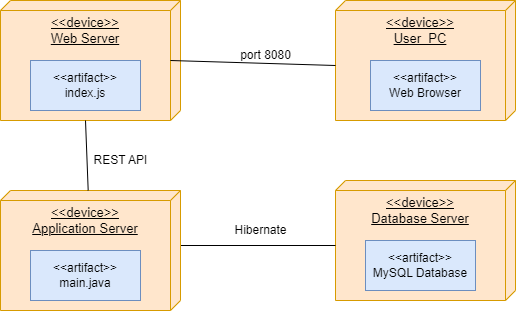
Before: Diagrams/deployment_diagram.png, a diagram exported from draw.io (JakabSarolta/Software-Design-Assignment). Source tidied: cells renumbered, new cells last; positions are measured from the earlier drawing's top-left corner, leaving out a move shared by most shapes. Its diagram source:
```xml
<mxGraphModel>
  <root>
    <mxCell id="0" />
    <mxCell id="1" parent="0" />
    <mxCell id="2" value="&lt;font style=&quot;font-size: 13px;&quot;&gt;&amp;lt;&amp;lt;device&amp;gt;&amp;gt;&lt;br&gt;Web Server&lt;/font&gt;" style="verticalAlign=top;align=center;spacingTop=8;spacingLeft=2;spacingRight=12;shape=cube;size=10;direction=south;fontStyle=4;html=1;whiteSpace=wrap;fillColor=#ffe6cc;strokeColor=#d79b00;" parent="1" vertex="1">
      <mxGeometry width="180" height="120" as="geometry" />
    </mxCell>
    <mxCell id="3" value="&lt;div style=&quot;font-size: 13px;&quot;&gt;&lt;span style=&quot;background-color: initial;&quot;&gt;&lt;font style=&quot;font-size: 13px;&quot;&gt;&amp;lt;&amp;lt;device&amp;gt;&amp;gt;&lt;/font&gt;&lt;/span&gt;&lt;/div&gt;&lt;div style=&quot;font-size: 13px;&quot;&gt;&lt;span style=&quot;background-color: initial;&quot;&gt;&lt;font style=&quot;font-size: 13px;&quot;&gt;Database Server&lt;/font&gt;&lt;/span&gt;&lt;/div&gt;" style="verticalAlign=top;align=center;spacingTop=8;spacingLeft=2;spacingRight=12;shape=cube;size=10;direction=south;fontStyle=4;html=1;whiteSpace=wrap;fillColor=#ffe6cc;strokeColor=#d79b00;" parent="1" vertex="1">
      <mxGeometry x="335" y="180" width="180" height="120" as="geometry" />
    </mxCell>
    <mxCell id="4" value="&lt;font style=&quot;font-size: 13px;&quot;&gt;&amp;lt;&amp;lt;device&amp;gt;&amp;gt;&lt;br&gt;User&amp;nbsp; PC&lt;/font&gt;" style="verticalAlign=top;align=center;spacingTop=8;spacingLeft=2;spacingRight=12;shape=cube;size=10;direction=south;fontStyle=4;html=1;whiteSpace=wrap;fillColor=#ffe6cc;strokeColor=#d79b00;" parent="1" vertex="1">
      <mxGeometry x="335" width="180" height="120" as="geometry" />
    </mxCell>
    <mxCell id="5" style="endArrow=none;html=1;rounded=0;entryX=0;entryY=0;entryDx=65;entryDy=180;entryPerimeter=0;exitX=0;exitY=0;exitDx=55;exitDy=0;exitPerimeter=0;" parent="1" edge="1" source="11" target="3">
      <mxGeometry relative="1" as="geometry" />
    </mxCell>
    <mxCell id="6" style="endArrow=none;html=1;rounded=0;exitX=0.5;exitY=0.056;exitDx=0;exitDy=0;exitPerimeter=0;entryX=0;entryY=0;entryDx=65;entryDy=180;entryPerimeter=0;" parent="1" edge="1" source="2" target="4">
      <mxGeometry relative="1" as="geometry" />
    </mxCell>
    <mxCell id="7" value="port 8080" style="text;html=1;align=center;verticalAlign=middle;strokeColor=none;fillColor=none;rotation=0;" parent="1" vertex="1">
      <mxGeometry x="230" y="40" width="70" height="30" as="geometry" />
    </mxCell>
    <mxCell id="8" value="&amp;lt;&amp;lt;artifact&amp;gt;&amp;gt;&lt;br&gt;index.js" style="html=1;whiteSpace=wrap;fillColor=#dae8fc;strokeColor=#6c8ebf;" parent="1" vertex="1">
      <mxGeometry x="30" y="60" width="110" height="50" as="geometry" />
    </mxCell>
    <mxCell id="9" value="&amp;lt;&amp;lt;artifact&amp;gt;&amp;gt;&lt;br&gt;MySQL Database" style="html=1;whiteSpace=wrap;fillColor=#dae8fc;strokeColor=#6c8ebf;" parent="1" vertex="1">
      <mxGeometry x="365" y="240" width="110" height="50" as="geometry" />
    </mxCell>
    <mxCell id="10" value="&amp;lt;&amp;lt;artifact&amp;gt;&amp;gt;&lt;br&gt;Web Browser" style="html=1;whiteSpace=wrap;fillColor=#dae8fc;strokeColor=#6c8ebf;" parent="1" vertex="1">
      <mxGeometry x="370" y="60" width="110" height="50" as="geometry" />
    </mxCell>
    <mxCell id="11" value="&lt;font style=&quot;font-size: 13px;&quot;&gt;&amp;lt;&amp;lt;device&amp;gt;&amp;gt;&lt;br&gt;Application Server&lt;/font&gt;" style="verticalAlign=top;align=center;spacingTop=8;spacingLeft=2;spacingRight=12;shape=cube;size=10;direction=south;fontStyle=4;html=1;whiteSpace=wrap;fillColor=#ffe6cc;strokeColor=#d79b00;" parent="1" vertex="1">
      <mxGeometry y="190" width="180" height="120" as="geometry" />
    </mxCell>
    <mxCell id="12" value="&amp;lt;&amp;lt;artifact&amp;gt;&amp;gt;&lt;br&gt;main.java" style="html=1;whiteSpace=wrap;fillColor=#dae8fc;strokeColor=#6c8ebf;" parent="1" vertex="1">
      <mxGeometry x="30" y="250" width="110" height="50" as="geometry" />
    </mxCell>
    <mxCell id="13" style="endArrow=none;html=1;rounded=0;exitX=0;exitY=0;exitDx=120;exitDy=95;exitPerimeter=0;" parent="1" edge="1" source="2" target="11">
      <mxGeometry relative="1" as="geometry" />
    </mxCell>
    <mxCell id="14" value="Hibernate" style="text;html=1;align=center;verticalAlign=middle;strokeColor=none;fillColor=none;" parent="1" vertex="1">
      <mxGeometry x="220" y="215" width="80" height="30" as="geometry" />
    </mxCell>
    <mxCell id="15" value="REST API" style="text;html=1;align=center;verticalAlign=middle;strokeColor=none;fillColor=none;" parent="1" vertex="1">
      <mxGeometry x="80" y="145" width="80" height="30" as="geometry" />
    </mxCell>
  </root>
</mxGraphModel>
```
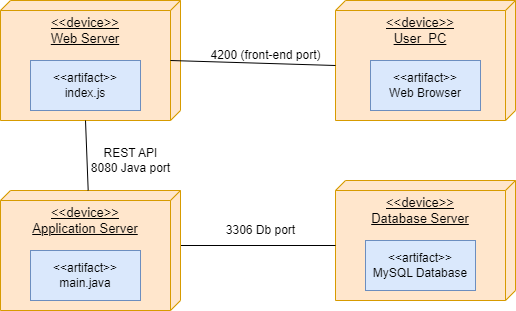
After the commit.

Diff of the diagram source:
```diff
@@ -17,8 +17,8 @@
     <mxCell id="6" style="endArrow=none;html=1;rounded=0;exitX=0.5;exitY=0.056;exitDx=0;exitDy=0;exitPerimeter=0;entryX=0;entryY=0;entryDx=65;entryDy=180;entryPerimeter=0;" parent="1" edge="1" source="2" target="4">
       <mxGeometry relative="1" as="geometry" />
     </mxCell>
-    <mxCell id="7" value="port 8080" style="text;html=1;align=center;verticalAlign=middle;strokeColor=none;fillColor=none;rotation=0;" parent="1" vertex="1">
-      <mxGeometry x="230" y="40" width="70" height="30" as="geometry" />
+    <mxCell id="7" value="4200 (front-end port)" style="text;html=1;align=center;verticalAlign=middle;strokeColor=none;fillColor=none;rotation=0;" parent="1" vertex="1">
+      <mxGeometry x="200" y="40" width="130" height="30" as="geometry" />
     </mxCell>
     <mxCell id="8" value="&amp;lt;&amp;lt;artifact&amp;gt;&amp;gt;&lt;br&gt;index.js" style="html=1;whiteSpace=wrap;fillColor=#dae8fc;strokeColor=#6c8ebf;" parent="1" vertex="1">
       <mxGeometry x="30" y="60" width="110" height="50" as="geometry" />
@@ -38,11 +38,11 @@
     <mxCell id="13" style="endArrow=none;html=1;rounded=0;exitX=0;exitY=0;exitDx=120;exitDy=95;exitPerimeter=0;" parent="1" edge="1" source="2" target="11">
       <mxGeometry relative="1" as="geometry" />
     </mxCell>
-    <mxCell id="14" value="Hibernate" style="text;html=1;align=center;verticalAlign=middle;strokeColor=none;fillColor=none;" parent="1" vertex="1">
-      <mxGeometry x="220" y="215" width="80" height="30" as="geometry" />
+    <mxCell id="14" value="3306 Db port" style="text;html=1;align=center;verticalAlign=middle;strokeColor=none;fillColor=none;" parent="1" vertex="1">
+      <mxGeometry x="215" y="215" width="90" height="30" as="geometry" />
     </mxCell>
-    <mxCell id="15" value="REST API" style="text;html=1;align=center;verticalAlign=middle;strokeColor=none;fillColor=none;" parent="1" vertex="1">
-      <mxGeometry x="80" y="145" width="80" height="30" as="geometry" />
+    <mxCell id="15" value="REST API&lt;br&gt;8080 Java port" style="text;html=1;align=center;verticalAlign=middle;strokeColor=none;fillColor=none;" parent="1" vertex="1">
+      <mxGeometry x="80" y="140" width="100" height="40" as="geometry" />
     </mxCell>
   </root>
 </mxGraphModel>
```
